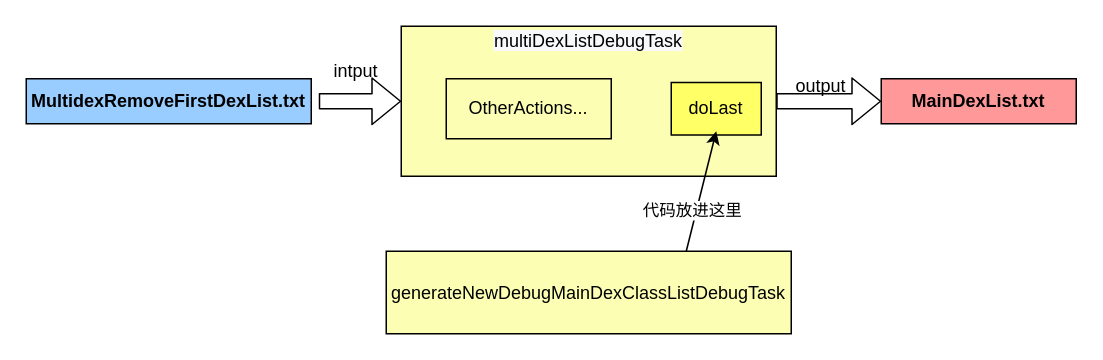
This is page "Page-6" (6 of 22) of T9.drawio from shinecjj/UML, a draw.io file, before an edit. Source tidied: cells renumbered, new cells numbered last; positions are measured from the earlier drawing's top-left corner, leaving out a move shared by most shapes. Both pictures are drawn from the tidied source at 150%, with x=0, y=0 at pixel (26, 26).
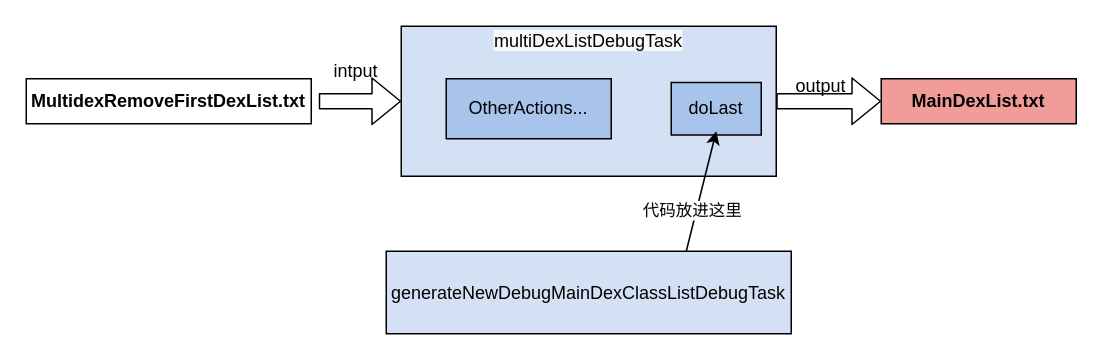
The same diagram, later.

Change to the diagram source:
```diff
@@
 <mxGraphModel>
   <root>
     <mxCell id="0" />
     <mxCell id="1" parent="0" />
-    <mxCell id="2" value="&lt;b&gt;MainDexList.txt&lt;/b&gt;" style="rounded=0;whiteSpace=wrap;html=1;strokeColor=#000000;fillColor=#FF9999;" parent="1" vertex="1">
+    <mxCell id="2" value="&lt;b&gt;MainDexList.txt&lt;/b&gt;" style="rounded=0;whiteSpace=wrap;html=1;strokeColor=#000000;fillColor=#F19C99;" parent="1" vertex="1">
       <mxGeometry x="570" y="35" width="130" height="30" as="geometry" />
     </mxCell>
-    <mxCell id="3" style="rounded=0;whiteSpace=wrap;html=1;strokeColor=#000000;fillColor=#FCFFB3;" parent="1" vertex="1">
+    <mxCell id="3" style="rounded=0;whiteSpace=wrap;html=1;strokeColor=#000000;fillColor=#D4E1F5;" parent="1" vertex="1">
       <mxGeometry x="250" width="250" height="100" as="geometry" />
     </mxCell>
     <mxCell id="4" style="shape=flexArrow;endArrow=classic;html=1;strokeColor=#000000;fillColor=#FFFFFF;exitX=1;exitY=0.5;exitDx=0;exitDy=0;entryX=0;entryY=0.5;entryDx=0;entryDy=0;" parent="1" edge="1" source="3" target="2">
       <mxGeometry relative="1" as="geometry" />
     </mxCell>
     <mxCell id="5" value="output" style="text;html=1;strokeColor=none;fillColor=none;align=center;verticalAlign=middle;whiteSpace=wrap;rounded=0;" parent="1" vertex="1">
       <mxGeometry x="510" y="30" width="40" height="20" as="geometry" />
     </mxCell>
     <mxCell id="6" value="intput" style="text;html=1;strokeColor=none;fillColor=none;align=center;verticalAlign=middle;whiteSpace=wrap;rounded=0;" parent="1" vertex="1">
       <mxGeometry x="200" y="20" width="40" height="20" as="geometry" />
     </mxCell>
-    <mxCell id="7" value="&lt;b&gt;MultidexRemoveFirstDexList.txt&lt;/b&gt;" style="rounded=0;whiteSpace=wrap;html=1;strokeColor=#000000;fillColor=#99CCFF;" parent="1" vertex="1">
+    <mxCell id="7" value="&lt;b&gt;MultidexRemoveFirstDexList.txt&lt;/b&gt;" style="rounded=0;whiteSpace=wrap;html=1;strokeColor=#000000;fillColor=none;" parent="1" vertex="1">
       <mxGeometry y="35" width="190" height="30" as="geometry" />
     </mxCell>
     <mxCell id="8" value="&lt;span style=&quot;color: rgb(0, 0, 0); font-family: helvetica; font-size: 12px; font-style: normal; font-weight: 400; letter-spacing: normal; text-align: center; text-indent: 0px; text-transform: none; word-spacing: 0px; background-color: rgb(248, 249, 250); display: inline; float: none;&quot;&gt;multiDexListDebugTask&lt;/span&gt;" style="text;html=1;strokeColor=none;fillColor=none;align=center;verticalAlign=middle;whiteSpace=wrap;rounded=0;" parent="1" vertex="1">
       <mxGeometry x="355" width="40" height="20" as="geometry" />
     </mxCell>
-    <mxCell id="9" value="doLast" style="rounded=0;whiteSpace=wrap;html=1;strokeColor=#000000;fillColor=#FFFF66;" parent="1" vertex="1">
+    <mxCell id="9" value="doLast" style="rounded=0;whiteSpace=wrap;html=1;strokeColor=#000000;fillColor=#A9C4EB;" parent="1" vertex="1">
       <mxGeometry x="430" y="37.5" width="60" height="35" as="geometry" />
     </mxCell>
-    <mxCell id="10" value="OtherActions..." style="rounded=0;whiteSpace=wrap;html=1;strokeColor=#000000;fillColor=#FCFFB3;" parent="1" vertex="1">
+    <mxCell id="10" value="OtherActions..." style="rounded=0;whiteSpace=wrap;html=1;strokeColor=#000000;fillColor=#A9C4EB;" parent="1" vertex="1">
       <mxGeometry x="280" y="35" width="110" height="40" as="geometry" />
     </mxCell>
-    <mxCell id="11" value="generateNewDebugMainDexClassListDebugTask" style="rounded=0;whiteSpace=wrap;html=1;strokeColor=#000000;fillColor=#FCFFB3;" parent="1" vertex="1">
+    <mxCell id="11" value="generateNewDebugMainDexClassListDebugTask" style="rounded=0;whiteSpace=wrap;html=1;strokeColor=#000000;fillColor=#D4E1F5;" parent="1" vertex="1">
       <mxGeometry x="240" y="150" width="270" height="55" as="geometry" />
     </mxCell>
     <mxCell id="12" style="endArrow=classic;html=1;" parent="1" edge="1">
       <mxGeometry relative="1" as="geometry">
         <mxPoint x="440" y="150" as="sourcePoint" />
         <mxPoint x="460" y="70" as="targetPoint" />
       </mxGeometry>
     </mxCell>
     <mxCell id="13" value="代码放进这里" style="edgeLabel;html=1;align=center;verticalAlign=middle;" parent="12" vertex="1">
       <mxGeometry x="-0.33" y="3" relative="1" as="geometry" />
     </mxCell>
     <mxCell id="14" style="shape=flexArrow;endArrow=classic;html=1;" parent="1" edge="1">
       <mxGeometry relative="1" as="geometry">
         <mxPoint x="195" y="50" as="sourcePoint" />
         <mxPoint x="250" y="50" as="targetPoint" />
       </mxGeometry>
     </mxCell>
   </root>
 </mxGraphModel>
```
